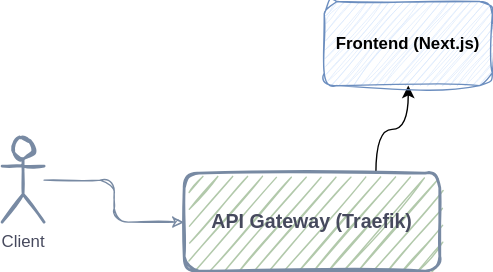
Before: diagram.drawio.svg, a diagram exported from draw.io (vahidzafari/mvp-sample). Source tidied: cells renumbered, new cells last; positions are measured from the earlier drawing's top-left corner, leaving out a move shared by most shapes.
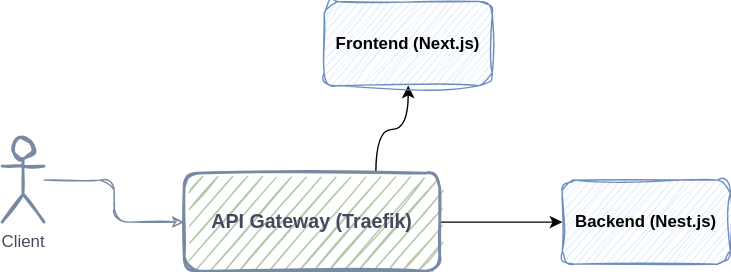
After the commit.

Diff of the diagram source:
```diff
@@ -5,6 +5,9 @@
     <mxCell id="2" style="edgeStyle=orthogonalEdgeStyle;curved=1;rounded=0;jettySize=auto;html=1;exitX=0.75;exitY=0;exitDx=0;exitDy=0;" parent="1" edge="1" source="3" target="6">
       <mxGeometry relative="1" as="geometry" />
     </mxCell>
+    <mxCell id="7" style="edgeStyle=orthogonalEdgeStyle;curved=1;rounded=0;jettySize=auto;html=1;exitX=1;exitY=0.5;exitDx=0;exitDy=0;" parent="1" edge="1" source="3" target="8">
+      <mxGeometry relative="1" as="geometry" />
+    </mxCell>
     <mxCell id="3" value="&lt;div&gt;&lt;b&gt;&lt;font style=&quot;font-size: 14px;&quot;&gt;API Gateway (Traefik)&lt;/font&gt;&lt;/b&gt;&lt;/div&gt;" style="rounded=1;whiteSpace=wrap;html=1;sketch=1;fillColor=#B2C9AB;strokeColor=#788AA3;strokeWidth=2;glass=0;shadow=0;fontColor=#46495D;" parent="1" vertex="1">
       <mxGeometry x="130" y="122" width="182.5" height="70" as="geometry" />
     </mxCell>
@@ -17,5 +20,8 @@
     <mxCell id="6" value="Frontend (Next.js)" style="rounded=1;whiteSpace=wrap;html=1;sketch=1;curveFitting=1;jiggle=2;fillColor=#dae8fc;strokeColor=#6c8ebf;fontStyle=1;" parent="1" vertex="1">
       <mxGeometry x="230" y="-0.5" width="120" height="60" as="geometry" />
     </mxCell>
+    <mxCell id="8" value="Backend (Nest.js)" style="rounded=1;whiteSpace=wrap;html=1;sketch=1;curveFitting=1;jiggle=2;fillColor=#dae8fc;strokeColor=#6c8ebf;fontStyle=1;" parent="1" vertex="1">
+      <mxGeometry x="400" y="127" width="120" height="60" as="geometry" />
+    </mxCell>
   </root>
 </mxGraphModel>
```
